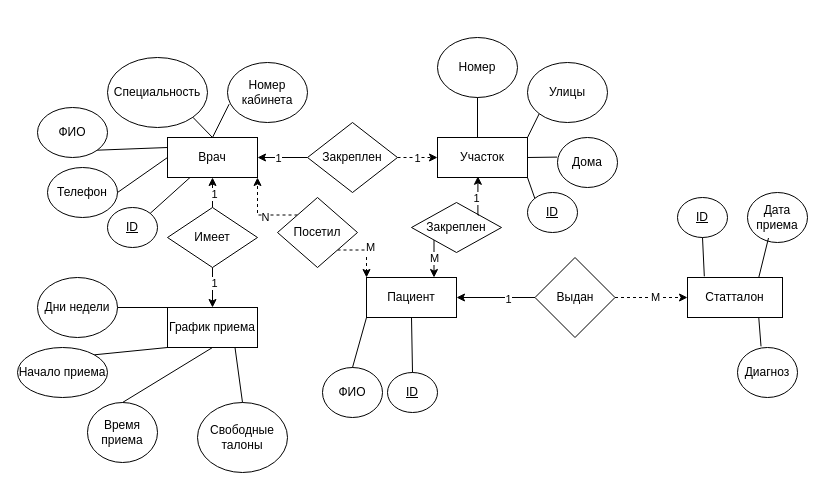
Before: ERD.drawio in ENikrashevich/SUBD, a draw.io diagram. Source tidied: cells renumbered, new cells numbered last; positions are measured from the earlier drawing's top-left corner, leaving out a move shared by most shapes. Both pictures are drawn from the tidied source at 100%, with x=0, y=0 at pixel (17, 37).
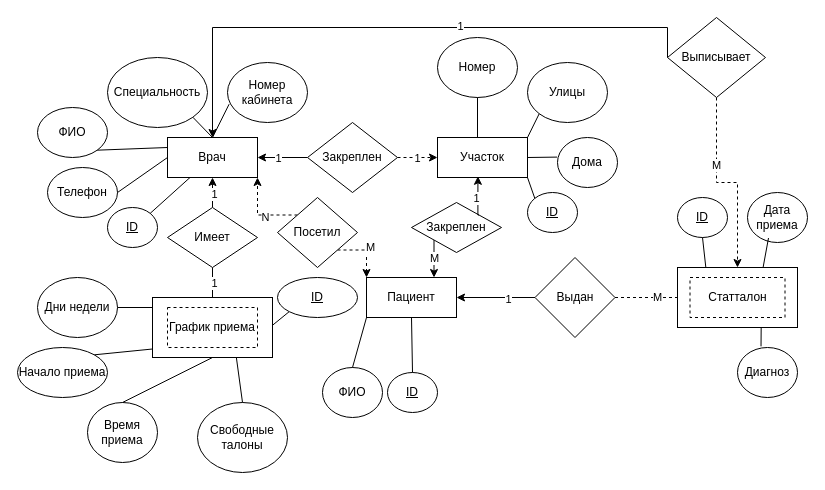
The same diagram, later.

The change refers to these unchanged cells:
```xml
<mxCell id="2" value="В&lt;span style=&quot;background-color: transparent; color: light-dark(rgb(0, 0, 0), rgb(255, 255, 255));&quot;&gt;рач&lt;/span&gt;" style="rounded=0;whiteSpace=wrap;html=1;" parent="1" vertex="1">
  <mxGeometry x="150" y="100" width="90" height="40" as="geometry" />
</mxCell>
<mxCell id="34" value="Время приема" style="ellipse;whiteSpace=wrap;html=1;" parent="1" vertex="1">
  <mxGeometry x="70" y="365" width="70" height="60" as="geometry" />
</mxCell>
```

Diff of the diagram source:
```diff
@@
+    <mxCell id="68" style="endArrow=none;html=1;rounded=0;exitX=1;exitY=0.75;exitDx=0;exitDy=0;entryX=0;entryY=1;entryDx=0;entryDy=0;" parent="1" edge="1" source="8" target="72">
+      <mxGeometry relative="1" as="geometry" />
+    </mxCell>
@@
-    <mxCell id="5" value="Статталон" style="rounded=0;whiteSpace=wrap;html=1;" parent="1" vertex="1">
-      <mxGeometry x="670" y="240" width="95" height="40" as="geometry" />
-    </mxCell>
@@
-    <mxCell id="8" value="График приема" style="rounded=0;whiteSpace=wrap;html=1;" parent="1" vertex="1">
-      <mxGeometry x="150" y="270" width="90" height="40" as="geometry" />
-    </mxCell>
@@
-    <mxCell id="35" style="endArrow=none;html=1;rounded=0;exitX=0.5;exitY=0;exitDx=0;exitDy=0;entryX=0.5;entryY=1;entryDx=0;entryDy=0;" parent="1" edge="1" source="34" target="8">
+    <mxCell id="35" style="endArrow=none;html=1;rounded=0;exitX=0.5;exitY=0;exitDx=0;exitDy=0;entryX=0.5;entryY=1;entryDx=0;entryDy=0;" parent="1" edge="1" source="71" target="8">
       <mxGeometry relative="1" as="geometry" />
     </mxCell>
@@
+    <mxCell id="69" style="rounded=0;whiteSpace=wrap;html=1;" parent="1" vertex="1">
+      <mxGeometry x="660" y="230" width="120" height="60" as="geometry" />
+    </mxCell>
+    <mxCell id="5" value="Статталон" style="rounded=0;whiteSpace=wrap;html=1;dashed=1;" parent="1" vertex="1">
+      <mxGeometry x="672.5" y="240" width="95" height="40" as="geometry" />
+    </mxCell>
+    <mxCell id="70" style="endArrow=none;html=1;rounded=0;exitX=0.5;exitY=0;exitDx=0;exitDy=0;entryX=0.5;entryY=1;entryDx=0;entryDy=0;" parent="1" edge="1" source="34" target="71">
+      <mxGeometry relative="1" as="geometry" />
+    </mxCell>
+    <mxCell id="71" style="rounded=0;whiteSpace=wrap;html=1;" parent="1" vertex="1">
+      <mxGeometry x="135" y="260" width="120" height="60" as="geometry" />
+    </mxCell>
+    <mxCell id="8" value="График приема" style="rounded=0;whiteSpace=wrap;html=1;dashed=1;" parent="1" vertex="1">
+      <mxGeometry x="150" y="270" width="90" height="40" as="geometry" />
+    </mxCell>
+    <mxCell id="72" value="&lt;u&gt;ID&lt;/u&gt;" style="ellipse;whiteSpace=wrap;html=1;" parent="1" vertex="1">
+      <mxGeometry x="260" y="240" width="80" height="40" as="geometry" />
+    </mxCell>
+    <mxCell id="73" style="edgeStyle=orthogonalEdgeStyle;rounded=0;jettySize=auto;html=1;exitX=0;exitY=0.5;exitDx=0;exitDy=0;entryX=0.5;entryY=0;entryDx=0;entryDy=0;" parent="1" edge="1" source="77" target="2">
+      <mxGeometry relative="1" as="geometry">
+        <Array as="points">
+          <mxPoint x="650" y="-10" />
+          <mxPoint x="195" y="-10" />
+        </Array>
+      </mxGeometry>
+    </mxCell>
+    <mxCell id="74" value="1" style="edgeLabel;html=1;align=center;verticalAlign=middle;" parent="73" vertex="1">
+      <mxGeometry x="-0.2" y="-2" relative="1" as="geometry" />
+    </mxCell>
+    <mxCell id="75" style="edgeStyle=orthogonalEdgeStyle;rounded=0;jettySize=auto;html=1;exitX=0.5;exitY=1;exitDx=0;exitDy=0;dashed=1;" parent="1" edge="1" source="77" target="69">
+      <mxGeometry relative="1" as="geometry" />
+    </mxCell>
+    <mxCell id="76" value="M" style="edgeLabel;html=1;align=center;verticalAlign=middle;" parent="75" vertex="1">
+      <mxGeometry x="-0.3" y="-1" relative="1" as="geometry" />
+    </mxCell>
+    <mxCell id="77" value="Выписывает" style="rhombus;whiteSpace=wrap;html=1;" parent="1" vertex="1">
+      <mxGeometry x="650" y="-20" width="98" height="80" as="geometry" />
+    </mxCell>
```
